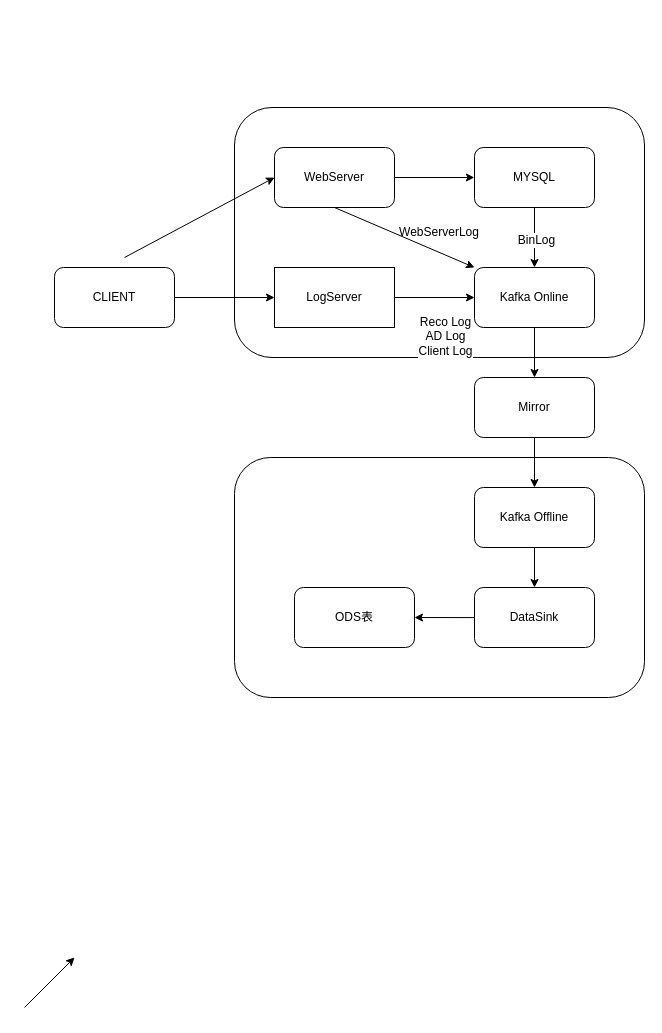
This is 日志上传.drawio from sandflee/dhtrobot, a draw.io file, before an edit. Source tidied: cells renumbered, new cells numbered last; positions are measured from the earlier drawing's top-left corner, leaving out a move shared by most shapes. Both pictures are drawn from the tidied source at 100%, with x=0, y=0 at pixel (24, 107).
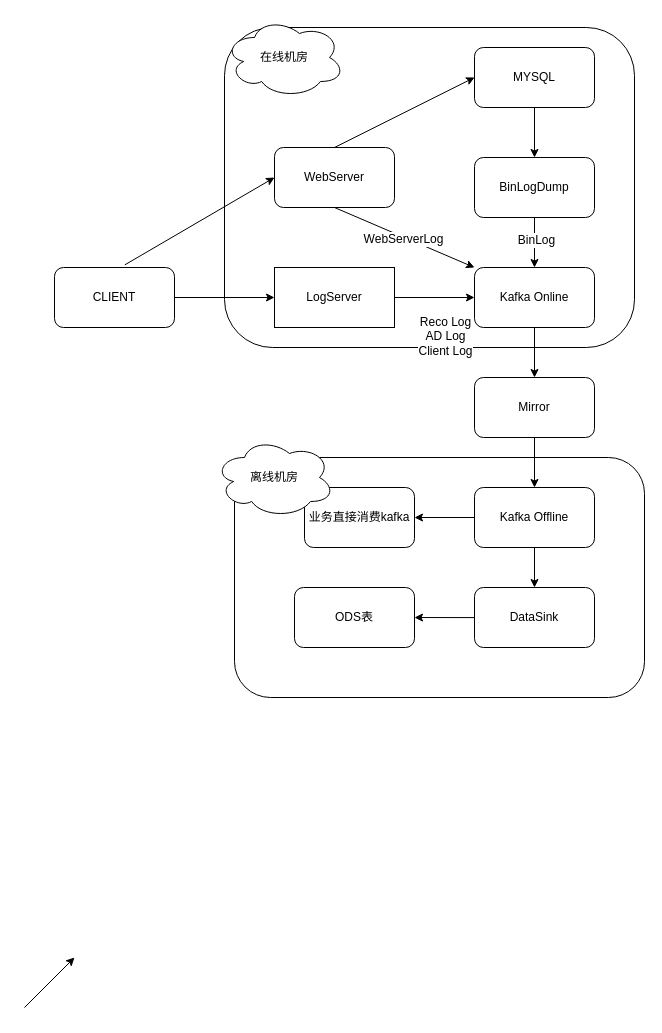
The same page after the edit.

Unchanged cells that the change refers to:
```xml
<mxCell id="5" value="CLIENT" style="rounded=1;whiteSpace=wrap;html=1;" parent="1" vertex="1">
  <mxGeometry x="30" y="160" width="120" height="60" as="geometry" />
</mxCell>
<mxCell id="9" value="WebServer" style="rounded=1;whiteSpace=wrap;html=1;" parent="1" vertex="1">
  <mxGeometry x="250" y="40" width="120" height="60" as="geometry" />
</mxCell>
<mxCell id="13" value="Kafka Offline" style="rounded=1;whiteSpace=wrap;html=1;" parent="1" vertex="1">
  <mxGeometry x="450" y="380" width="120" height="60" as="geometry" />
</mxCell>
<mxCell id="17" style="endArrow=classic;html=1;entryX=0;entryY=0;entryDx=0;entryDy=0;" parent="1" edge="1" target="11">
  <mxGeometry relative="1" as="geometry">
    <mxPoint x="310" y="100" as="sourcePoint" />
  </mxGeometry>
</mxCell>
```

What changed in the source:
```diff
@@
-    <mxCell id="3" value="WebServerLog" style="rounded=1;whiteSpace=wrap;html=1;" parent="1" vertex="1">
-      <mxGeometry x="210" width="410" height="250" as="geometry" />
+    <mxCell id="3" style="rounded=1;whiteSpace=wrap;html=1;" parent="1" vertex="1">
+      <mxGeometry x="200" y="-80" width="410" height="320" as="geometry" />
     </mxCell>
@@
     <mxCell id="10" value="MYSQL" style="rounded=1;whiteSpace=wrap;html=1;" parent="1" vertex="1">
-      <mxGeometry x="450" y="40" width="120" height="60" as="geometry" />
+      <mxGeometry x="450" y="-60" width="120" height="60" as="geometry" />
     </mxCell>
@@
+    <mxCell id="27" value="WebServerLog" style="text;html=1;align=center;verticalAlign=middle;labelBackgroundColor=#ffffff;" parent="17" vertex="1">
+      <mxGeometry x="-0.01" y="-2" relative="1" as="geometry" />
+    </mxCell>
@@
-    <mxCell id="20" style="endArrow=classic;html=1;entryX=0;entryY=0.5;entryDx=0;entryDy=0;" parent="1" edge="1" target="9">
-      <mxGeometry relative="1" as="geometry">
-        <mxPoint x="100" y="150" as="sourcePoint" />
-      </mxGeometry>
+    <mxCell id="20" style="endArrow=classic;html=1;entryX=0;entryY=0.5;entryDx=0;entryDy=0;exitX=0.586;exitY=-0.044;exitDx=0;exitDy=0;exitPerimeter=0;" parent="1" edge="1" source="5" target="9">
+      <mxGeometry relative="1" as="geometry" />
     </mxCell>
-    <mxCell id="21" style="endArrow=classic;html=1;exitX=1;exitY=0.5;exitDx=0;exitDy=0;entryX=0.585;entryY=0.28;entryDx=0;entryDy=0;entryPerimeter=0;" parent="1" edge="1" source="9" target="3">
+    <mxCell id="21" style="endArrow=classic;html=1;exitX=0.5;exitY=0;exitDx=0;exitDy=0;entryX=0.61;entryY=0.156;entryDx=0;entryDy=0;entryPerimeter=0;" parent="1" edge="1" source="9" target="3">
       <mxGeometry relative="1" as="geometry" />
     </mxCell>
@@
+    <mxCell id="28" value="BinLogDump" style="rounded=1;whiteSpace=wrap;html=1;" parent="1" vertex="1">
+      <mxGeometry x="450" y="50" width="120" height="60" as="geometry" />
+    </mxCell>
+    <mxCell id="29" style="endArrow=classic;html=1;exitX=0.5;exitY=1;exitDx=0;exitDy=0;" parent="1" edge="1" source="10" target="28">
+      <mxGeometry relative="1" as="geometry" />
+    </mxCell>
+    <mxCell id="30" value="业务直接消费kafka" style="rounded=1;whiteSpace=wrap;html=1;" parent="1" vertex="1">
+      <mxGeometry x="280" y="380" width="110" height="60" as="geometry" />
+    </mxCell>
+    <mxCell id="31" style="endArrow=classic;html=1;exitX=0;exitY=0.5;exitDx=0;exitDy=0;entryX=1;entryY=0.5;entryDx=0;entryDy=0;" parent="1" edge="1" source="13" target="30">
+      <mxGeometry relative="1" as="geometry" />
+    </mxCell>
+    <mxCell id="32" value="在线机房" style="ellipse;shape=cloud;whiteSpace=wrap;html=1;" parent="1" vertex="1">
+      <mxGeometry x="200" y="-90" width="120" height="80" as="geometry" />
+    </mxCell>
+    <mxCell id="33" value="离线机房" style="ellipse;shape=cloud;whiteSpace=wrap;html=1;" parent="1" vertex="1">
+      <mxGeometry x="190" y="330" width="120" height="80" as="geometry" />
+    </mxCell>
```
